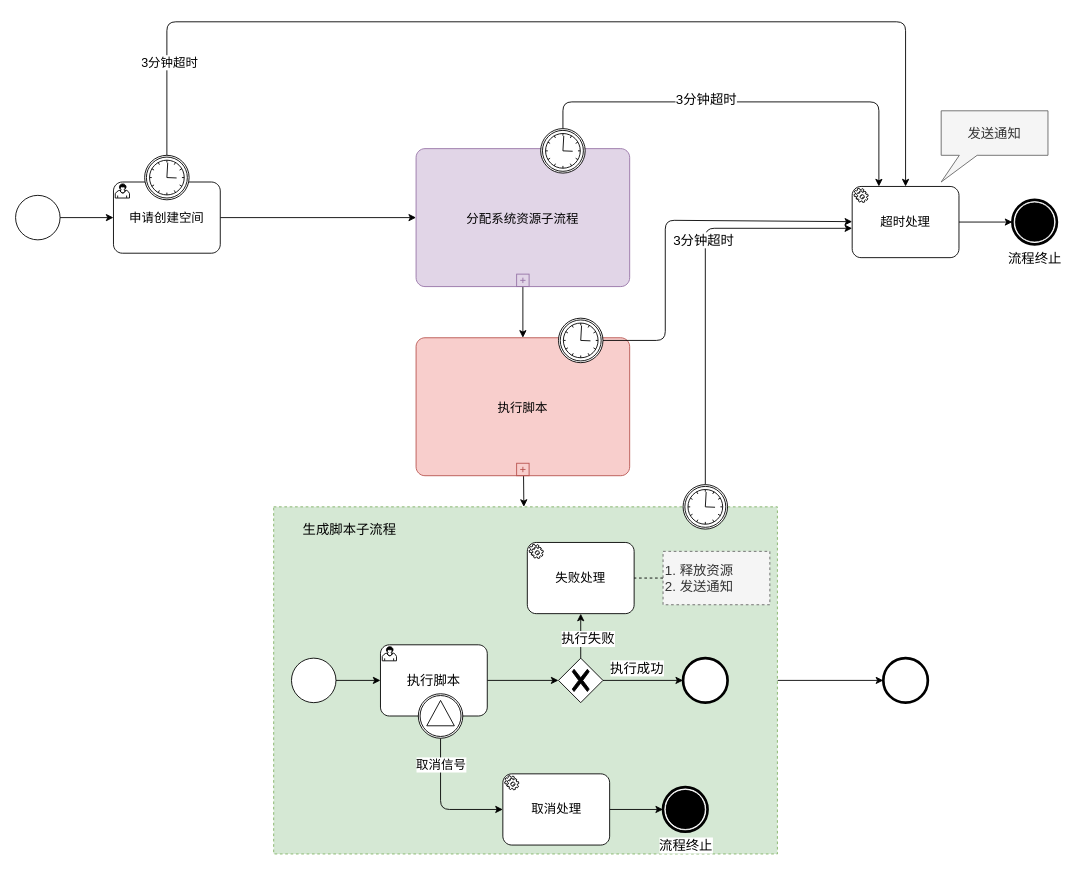
Before: page "工作流-细化执行脚本" (4 of 6) of blog/business_observable/002/_design/design.drawio in codepodspace/codepod-docs, a draw.io diagram. Source tidied: cells renumbered, new cells numbered last; positions are measured from the earlier drawing's top-left corner, leaving out a move shared by most shapes. Both pictures are drawn from the tidied source at 89%, with x=0, y=0 at pixel (15, 21).
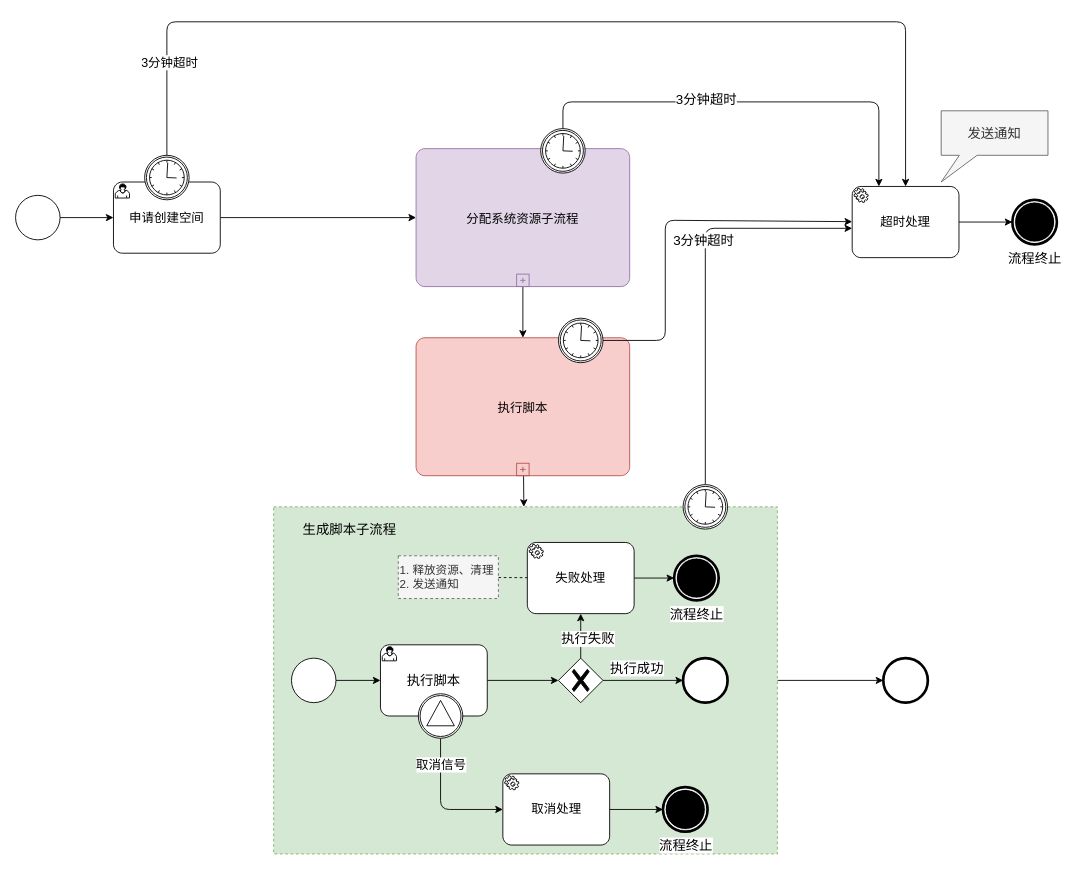
Above is the later version.

Unchanged cells that the change refers to:
```xml
<mxCell id="31" value="失败处理" style="points=[[0.25,0,0],[0.5,0,0],[0.75,0,0],[1,0.25,0],[1,0.5,0],[1,0.75,0],[0.75,1,0],[0.5,1,0],[0.25,1,0],[0,0.75,0],[0,0.5,0],[0,0.25,0]];shape=mxgraph.bpmn.task;whiteSpace=wrap;rectStyle=rounded;size=10;html=1;taskMarker=service;fontSize=14;" parent="1" vertex="1">
  <mxGeometry x="575" y="585" width="120" height="80" as="geometry" />
</mxCell>
```

What changed in the source:
```diff
@@
+    <mxCell id="48" style="edgeStyle=none;html=1;fontSize=13;" parent="1" edge="1" source="31" target="49">
+      <mxGeometry relative="1" as="geometry" />
+    </mxCell>
@@
-    <mxCell id="42" value="1. 释放资源&lt;br&gt;2. 发送通知" style="whiteSpace=wrap;html=1;fontSize=15;dashed=1;align=left;fillColor=#f5f5f5;fontColor=#333333;strokeColor=#666666;" parent="1" vertex="1">
-      <mxGeometry x="727.5" y="595" width="120" height="60" as="geometry" />
+    <mxCell id="42" value="1. 释放资源、清理&lt;br style=&quot;font-size: 13px;&quot;&gt;2. 发送通知" style="whiteSpace=wrap;html=1;fontSize=13;dashed=1;align=left;fillColor=#f5f5f5;fontColor=#333333;strokeColor=#666666;" parent="1" vertex="1">
+      <mxGeometry x="430" y="600" width="112.5" height="48" as="geometry" />
     </mxCell>
@@
+    <mxCell id="49" value="流程终止" style="points=[[0.145,0.145,0],[0.5,0,0],[0.855,0.145,0],[1,0.5,0],[0.855,0.855,0],[0.5,1,0],[0.145,0.855,0],[0,0.5,0]];shape=mxgraph.bpmn.event;html=1;verticalLabelPosition=bottom;labelBackgroundColor=#ffffff;verticalAlign=top;align=center;perimeter=ellipsePerimeter;outlineConnect=0;outline=end;symbol=terminate;fontSize=15;" parent="1" vertex="1">
+      <mxGeometry x="740" y="600" width="50" height="50" as="geometry" />
+    </mxCell>
```
